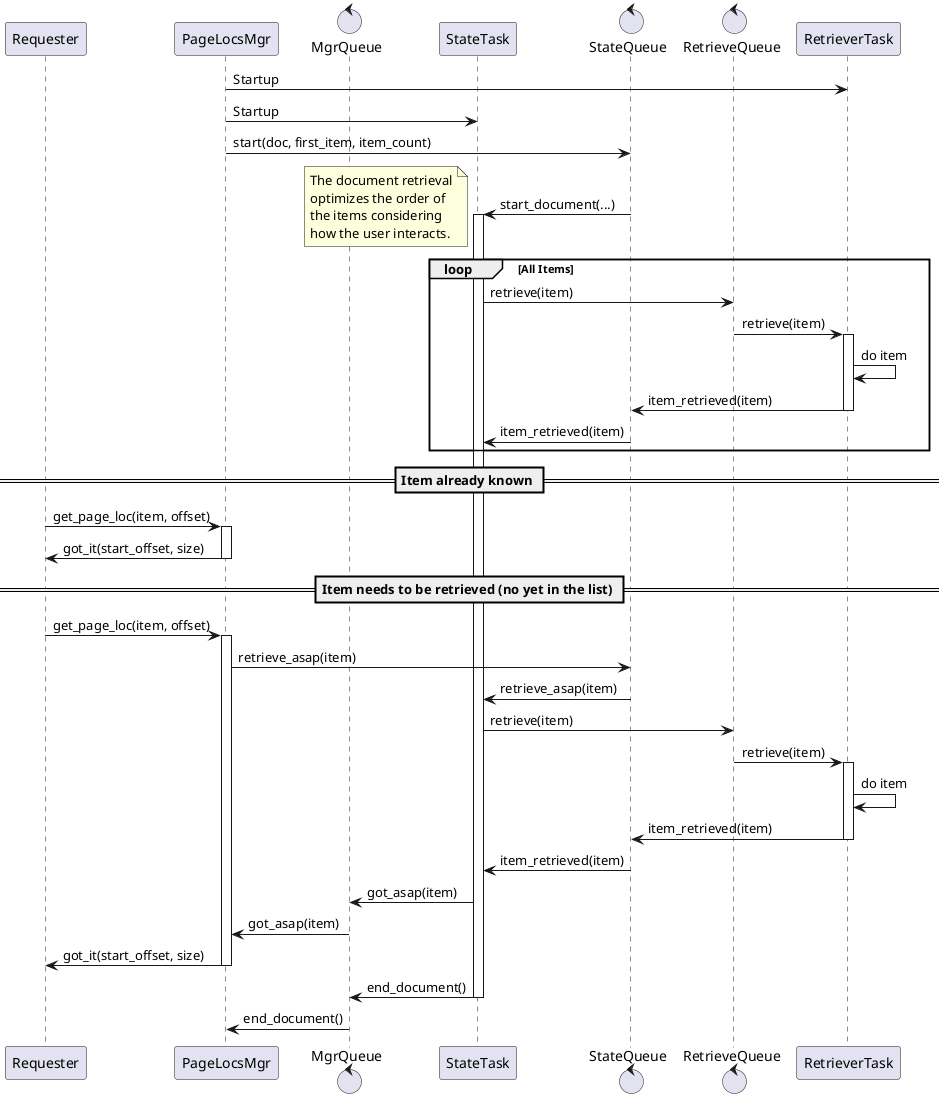
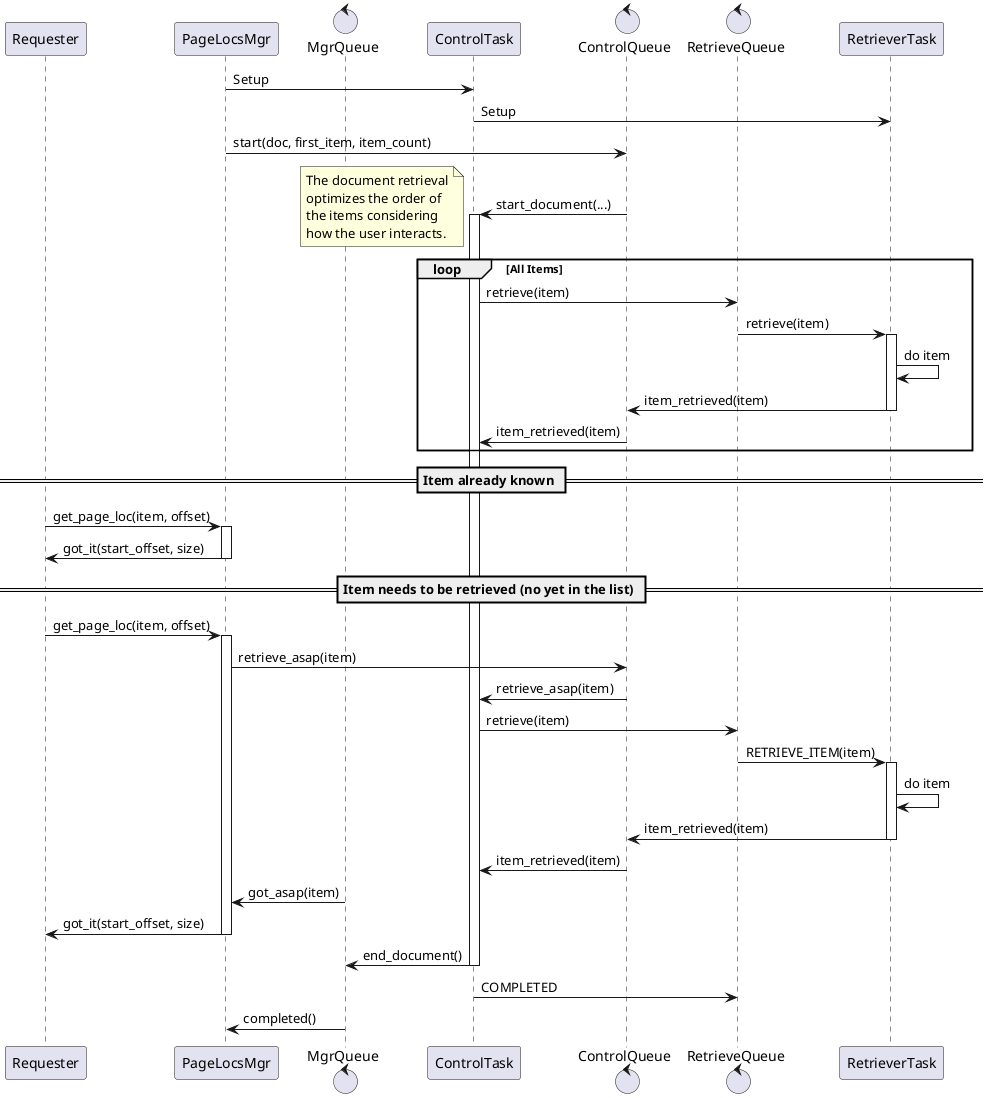
- @startuml
+ @startuml Pagelocs
  participant Requester
  participant PageLocsMgr
  control     MgrQueue
-   participant StateTask
-   control     StateQueue
+   participant ControlTask
+   control     ControlQueue
  control     RetrieveQueue
  participant RetrieverTask

-   RetrieverTask   <- PageLocsMgr : Startup
-   StateTask       <- PageLocsMgr : Startup
+   ControlTask     <- PageLocsMgr : Setup
+   RetrieverTask   <- ControlTask : Setup

-   StateQueue    <- PageLocsMgr : start(doc, first_item, item_count)
-   StateQueue    -> StateTask : start_document(...)
-   activate StateTask
+   ControlQueue    <- PageLocsMgr : start(doc, first_item, item_count)
+   ControlQueue    -> ControlTask : start_document(...)
+   activate ControlTask

  note left
    The document retrieval
    optimizes the order of
    the items considering
    how the user interacts.
  end note
  loop All Items
-     StateTask     -> RetrieveQueue : retrieve(item)
+     ControlTask     -> RetrieveQueue : retrieve(item)
    RetrieveQueue     -> RetrieverTask : retrieve(item)
    activate RetrieverTask
    RetrieverTask -> RetrieverTask : do item
-     StateQueue  <- RetrieverTask : item_retrieved(item)
+     ControlQueue  <- RetrieverTask : item_retrieved(item)
    deactivate RetrieverTask
-     StateTask     <- StateQueue : item_retrieved(item)
+     ControlTask     <- ControlQueue : item_retrieved(item)
  end

  == Item already known ==
  Requester       -> PageLocsMgr: get_page_loc(item, offset)
  activate PageLocsMgr

  Requester       <- PageLocsMgr: got_it(start_offset, size)
  deactivate PageLocsMgr

  == Item needs to be retrieved (no yet in the list) ==

  Requester       -> PageLocsMgr: get_page_loc(item, offset)
  activate PageLocsMgr
-   PageLocsMgr     -> StateQueue : retrieve_asap(item)
-   StateQueue    -> StateTask : retrieve_asap(item)
+   PageLocsMgr     -> ControlQueue : retrieve_asap(item)
+   ControlQueue    -> ControlTask : retrieve_asap(item)

-   StateTask       -> RetrieveQueue : retrieve(item)
-   RetrieveQueue       -> RetrieverTask : retrieve(item)
+   ControlTask       -> RetrieveQueue : retrieve(item)
+   RetrieveQueue       -> RetrieverTask : RETRIEVE_ITEM(item)
  activate RetrieverTask
  RetrieverTask   -> RetrieverTask : do item
-   StateQueue    <- RetrieverTask : item_retrieved(item)
+   ControlQueue    <- RetrieverTask : item_retrieved(item)
  deactivate RetrieverTask
-   StateTask       <- StateQueue : item_retrieved(item)
+   ControlTask       <- ControlQueue : item_retrieved(item)


-   MgrQueue        <- StateTask : got_asap(item)
  PageLocsMgr     <- MgrQueue : got_asap(item)
  Requester       <- PageLocsMgr : got_it(start_offset, size)
  deactivate PageLocsMgr

-   MgrQueue        <- StateTask : end_document()
-   deactivate StateTask
-   PageLocsMgr     <- MgrQueue : end_document()
+   MgrQueue        <- ControlTask : end_document()
+   deactivate ControlTask
+   RetrieveQueue   <- ControlTask : COMPLETED
+   PageLocsMgr     <- MgrQueue : completed()

@enduml